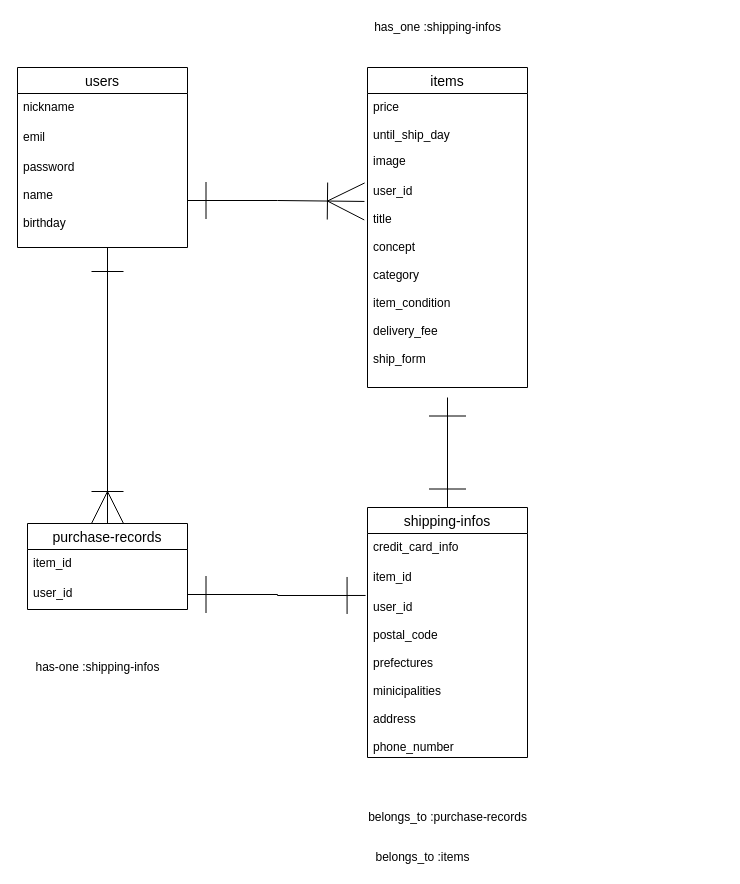
kobakoba1/furima-34300 keeps this draw.io diagram as ER.dio. Above is the earlier version. Source tidied: cells renumbered, new cells numbered last; positions are measured from the earlier drawing's top-left corner, leaving out a move shared by most shapes. Both pictures are drawn from the tidied source at 100%, with x=0, y=0 at pixel (17, 17).
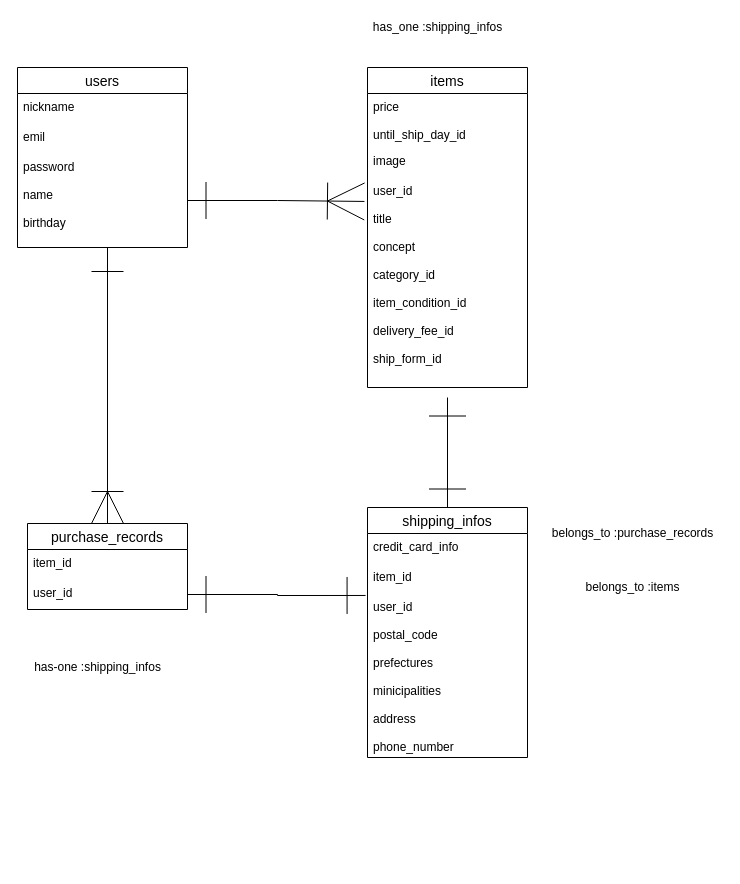
The same diagram, later.

Commit message (it also covers changes not shown here):
データベース設計修正

Unchanged cells that the change refers to:
```xml
<mxCell id="7" value="items" style="swimlane;fontStyle=0;horizontal=1;startSize=26;align=center;fontSize=14;" parent="1" vertex="1">
  <mxGeometry x="350" y="50" width="160" height="320" as="geometry" />
</mxCell>
```

Change to the diagram source:
```diff
@@
-    <mxCell id="8" value="price&#10;&#10;until_ship_day" style="text;strokeColor=none;fillColor=none;spacingLeft=4;spacingRight=4;overflow=hidden;fontSize=12;" parent="7" vertex="1">
+    <mxCell id="8" value="price&#10;&#10;until_ship_day_id" style="text;strokeColor=none;fillColor=none;spacingLeft=4;spacingRight=4;overflow=hidden;fontSize=12;" parent="7" vertex="1">
       <mxGeometry y="26" width="160" height="54" as="geometry" />
     </mxCell>
@@
-    <mxCell id="10" value="user_id&#10;&#10;title&#10;&#10;concept&#10;&#10;category&#10;&#10;item_condition&#10;&#10;delivery_fee&#10;&#10;ship_form&#10;" style="text;strokeColor=none;fillColor=none;spacingLeft=4;spacingRight=4;overflow=hidden;points=[[0,0.5],[1,0.5]];portConstraint=eastwest;fontSize=12;" parent="7" vertex="1">
+    <mxCell id="10" value="user_id&#10;&#10;title&#10;&#10;concept&#10;&#10;category_id&#10;&#10;item_condition_id&#10;&#10;delivery_fee_id&#10;&#10;ship_form_id&#10;" style="text;strokeColor=none;fillColor=none;spacingLeft=4;spacingRight=4;overflow=hidden;points=[[0,0.5],[1,0.5]];portConstraint=eastwest;fontSize=12;" parent="7" vertex="1">
       <mxGeometry y="110" width="160" height="210" as="geometry" />
     </mxCell>
-    <mxCell id="11" value="purchase-records" style="swimlane;fontStyle=0;horizontal=1;startSize=26;align=center;fontSize=14;" parent="1" vertex="1">
+    <mxCell id="11" value="purchase_records" style="swimlane;fontStyle=0;horizontal=1;startSize=26;align=center;fontSize=14;" parent="1" vertex="1">
       <mxGeometry x="10" y="506" width="160" height="86" as="geometry" />
     </mxCell>
@@
-    <mxCell id="15" value="shipping-infos" style="swimlane;fontStyle=0;horizontal=1;startSize=26;align=center;fontSize=14;" parent="1" vertex="1">
+    <mxCell id="15" value="shipping_infos" style="swimlane;fontStyle=0;horizontal=1;startSize=26;align=center;fontSize=14;" parent="1" vertex="1">
       <mxGeometry x="350" y="490" width="160" height="250" as="geometry" />
     </mxCell>
@@
-    <mxCell id="19" value="has-one :shipping-infos" style="text;html=1;align=center;verticalAlign=middle;strokeColor=none;" parent="1" vertex="1">
+    <mxCell id="19" value="has-one :shipping_infos" style="text;html=1;align=center;verticalAlign=middle;strokeColor=none;" parent="1" vertex="1">
       <mxGeometry x="10" y="640" width="140" height="20" as="geometry" />
     </mxCell>
-    <mxCell id="20" value="belongs_to :purchase-records" style="text;html=1;align=center;verticalAlign=middle;strokeColor=none;" parent="1" vertex="1">
-      <mxGeometry x="345" y="790" width="170" height="20" as="geometry" />
+    <mxCell id="20" value="belongs_to :purchase_records" style="text;html=1;align=center;verticalAlign=middle;strokeColor=none;" parent="1" vertex="1">
+      <mxGeometry x="525" y="506" width="180" height="20" as="geometry" />
     </mxCell>
@@
-    <mxCell id="23" value="has_one :shipping-infos" style="text;html=1;align=center;verticalAlign=middle;strokeColor=none;" parent="1" vertex="1">
+    <mxCell id="23" value="has_one :shipping_infos" style="text;html=1;align=center;verticalAlign=middle;strokeColor=none;" parent="1" vertex="1">
       <mxGeometry x="350" width="140" height="20" as="geometry" />
     </mxCell>
     <mxCell id="24" value="belongs_to :items" style="text;html=1;align=center;verticalAlign=middle;strokeColor=none;" parent="1" vertex="1">
-      <mxGeometry x="350" y="830" width="110" height="20" as="geometry" />
+      <mxGeometry x="560" y="560" width="110" height="20" as="geometry" />
     </mxCell>
```
